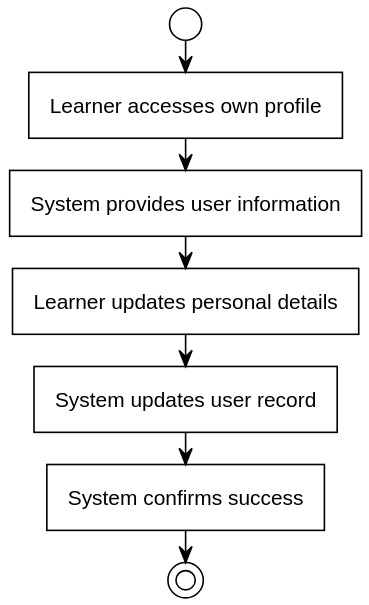
SEPCheesecakeFactory/SEP3 keeps this PlantUML diagram as out/Analysis/ActivityDIagrams/UserProfile/UserProfile.svg. Above is the earlier version.
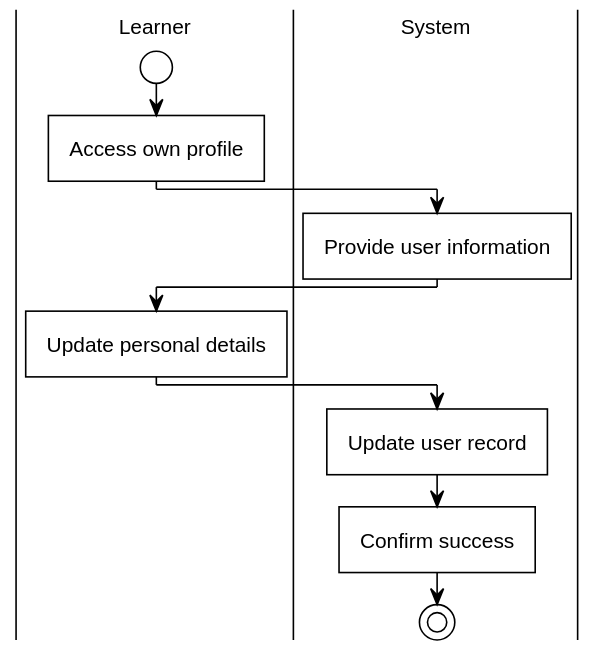
After the commit.

Diff of the diagram source:
```diff
@@ -1,10 +1,14 @@
 @startuml
 !include https://raw.githubusercontent.com/fredoslav2004/MinimalThemePUML/refs/heads/main/minimal-theme.puml
+|Learner|
 start
-:Learner accesses own profile;
-:System provides user information;
-:Learner updates personal details;
-:System updates user record;
-:System confirms success;
+:Access own profile;
+|System|
+:Provide user information;
+|Learner|
+:Update personal details;
+|System|
+:Update user record;
+:Confirm success;
 stop
 @enduml
```
